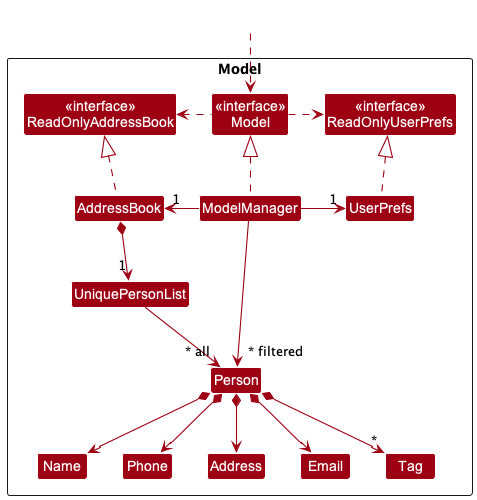
nus-cs2103-AY2223S2/tp keeps this PlantUML diagram as docs/images/ModelClassDiagram.png. Above is the earlier version.
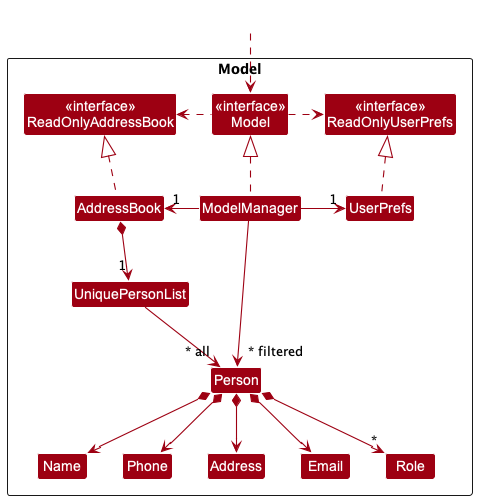
Later version of the same file.

What changed in the source:
```diff
@@ -18,7 +18,7 @@
 Class Email
 Class Name
 Class Phone
-Class Tag
+Class Role
 
 }
 
@@ -40,7 +40,7 @@
 Person *--> Phone
 Person *--> Email
 Person *--> Address
-Person *--> "*" Tag
+Person *--> "*" Role
 
 Name -[hidden]right-> Phone
 Phone -[hidden]right-> Address
```
